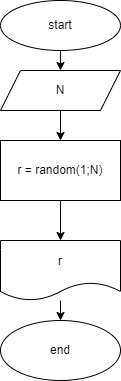
This is ex00.drawio.png from ElenaGanuzina/practice, a draw.io export, as it was before one commit. Source tidied: cells renumbered, new cells last; positions are measured from the earlier drawing's top-left corner, leaving out a move shared by most shapes.
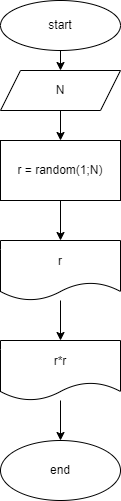
Later version of the same file.

Commit message:
добавили вычисление и вывод квадратного корня рандомного числа

The edit, as a diff of the source:
```diff
@@ -20,14 +20,22 @@
     <mxCell id="7" value="r = random(1;N)" style="rounded=0;whiteSpace=wrap;html=1;" parent="1" vertex="1">
       <mxGeometry y="140" width="120" height="60" as="geometry" />
     </mxCell>
-    <mxCell id="8" style="edgeStyle=none;html=1;" parent="1" edge="1" source="9" target="10">
-      <mxGeometry relative="1" as="geometry" />
-    </mxCell>
+    <mxCell id="11" style="edgeStyle=none;html=1;entryX=0.5;entryY=0;entryDx=0;entryDy=0;" parent="1" edge="1" source="9">
+      <mxGeometry relative="1" as="geometry">
+        <mxPoint x="60" y="340" as="targetPoint" />
+      </mxGeometry>
+    </mxCell>
     <mxCell id="9" value="r" style="shape=document;whiteSpace=wrap;html=1;boundedLbl=1;" parent="1" vertex="1">
       <mxGeometry y="240" width="120" height="60" as="geometry" />
     </mxCell>
+    <mxCell id="12" style="edgeStyle=none;html=1;" parent="1" edge="1" source="13" target="10">
+      <mxGeometry relative="1" as="geometry" />
+    </mxCell>
+    <mxCell id="13" value="r*r" style="shape=document;whiteSpace=wrap;html=1;boundedLbl=1;" parent="1" vertex="1">
+      <mxGeometry y="340" width="120" height="60" as="geometry" />
+    </mxCell>
     <mxCell id="10" value="end" style="ellipse;whiteSpace=wrap;html=1;" parent="1" vertex="1">
-      <mxGeometry y="320" width="120" height="60" as="geometry" />
+      <mxGeometry y="440" width="120" height="60" as="geometry" />
     </mxCell>
   </root>
 </mxGraphModel>
```
